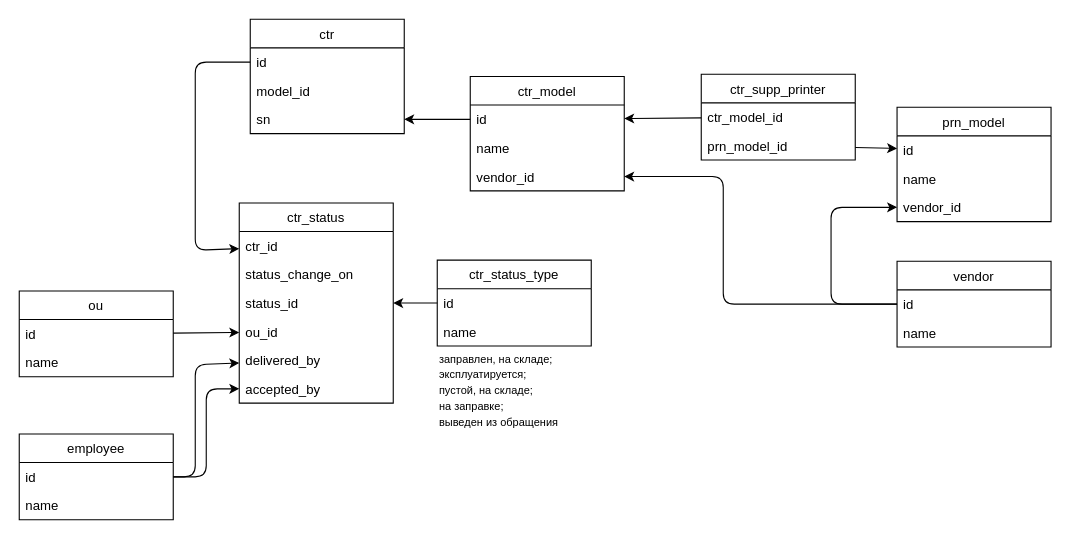
Earlier version of the draw.io diagram cartridge_accounting.drawio (IgorTkachuk/caartridge_accounting). Source tidied: cells renumbered, new cells numbered last; positions are measured from the earlier drawing's top-left corner, leaving out a move shared by most shapes. Both pictures are drawn from the tidied source at 110%, with x=0, y=0 at pixel (19, 19).
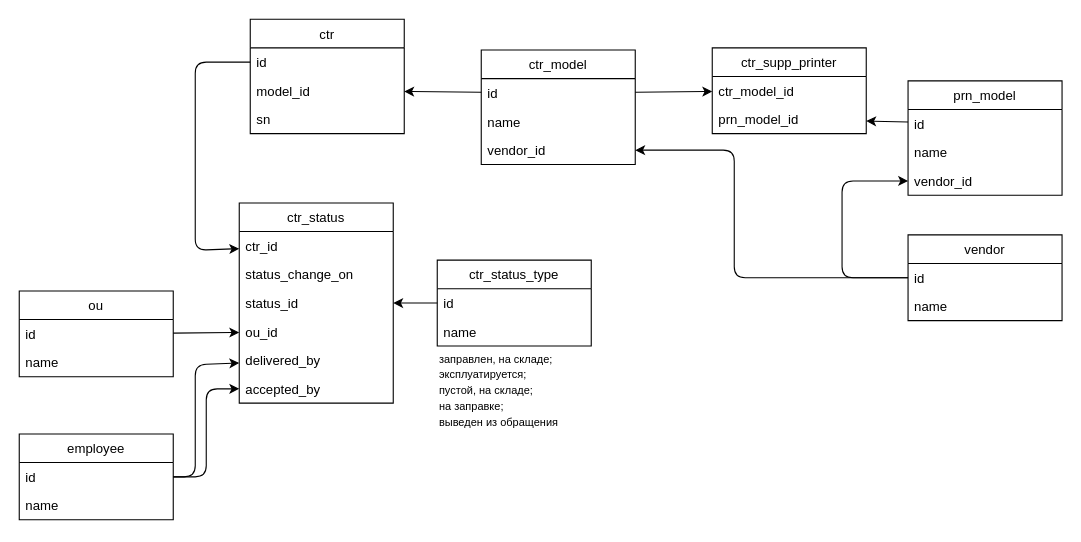
After the change.

Unchanged cells that the change refers to:
```xml
<mxCell id="4" value="model_id&#10;&#10;" style="text;strokeColor=none;fillColor=none;align=left;verticalAlign=top;spacingLeft=4;spacingRight=4;overflow=hidden;points=[[0,0.5],[1,0.5]];portConstraint=eastwest;" parent="2" vertex="1">
  <mxGeometry y="52" width="140" height="26" as="geometry" />
</mxCell>
<mxCell id="5" value="sn" style="text;strokeColor=none;fillColor=none;align=left;verticalAlign=top;spacingLeft=4;spacingRight=4;overflow=hidden;points=[[0,0.5],[1,0.5]];portConstraint=eastwest;" parent="2" vertex="1">
  <mxGeometry y="78" width="140" height="26" as="geometry" />
</mxCell>
<mxCell id="7" value="id" style="text;strokeColor=none;fillColor=none;align=left;verticalAlign=top;spacingLeft=4;spacingRight=4;overflow=hidden;points=[[0,0.5],[1,0.5]];portConstraint=eastwest;" parent="6" vertex="1">
  <mxGeometry y="26" width="140" height="26" as="geometry" />
</mxCell>
<mxCell id="9" value="vendor_id" style="text;strokeColor=none;fillColor=none;align=left;verticalAlign=top;spacingLeft=4;spacingRight=4;overflow=hidden;points=[[0,0.5],[1,0.5]];portConstraint=eastwest;" parent="6" vertex="1">
  <mxGeometry y="78" width="140" height="26" as="geometry" />
</mxCell>
<mxCell id="11" value="id" style="text;strokeColor=none;fillColor=none;align=left;verticalAlign=top;spacingLeft=4;spacingRight=4;overflow=hidden;points=[[0,0.5],[1,0.5]];portConstraint=eastwest;" parent="10" vertex="1">
  <mxGeometry y="26" width="140" height="26" as="geometry" />
</mxCell>
<mxCell id="13" value="vendor_id" style="text;strokeColor=none;fillColor=none;align=left;verticalAlign=top;spacingLeft=4;spacingRight=4;overflow=hidden;points=[[0,0.5],[1,0.5]];portConstraint=eastwest;" parent="10" vertex="1">
  <mxGeometry y="78" width="140" height="26" as="geometry" />
</mxCell>
<mxCell id="15" value="ctr_model_id" style="text;strokeColor=none;fillColor=none;align=left;verticalAlign=top;spacingLeft=4;spacingRight=4;overflow=hidden;points=[[0,0.5],[1,0.5]];portConstraint=eastwest;" parent="14" vertex="1">
  <mxGeometry y="26" width="140" height="26" as="geometry" />
</mxCell>
<mxCell id="16" value="prn_model_id" style="text;strokeColor=none;fillColor=none;align=left;verticalAlign=top;spacingLeft=4;spacingRight=4;overflow=hidden;points=[[0,0.5],[1,0.5]];portConstraint=eastwest;" parent="14" vertex="1">
  <mxGeometry y="52" width="140" height="26" as="geometry" />
</mxCell>
<mxCell id="20" value="id" style="text;strokeColor=none;fillColor=none;align=left;verticalAlign=top;spacingLeft=4;spacingRight=4;overflow=hidden;points=[[0,0.5],[1,0.5]];portConstraint=eastwest;" parent="19" vertex="1">
  <mxGeometry y="26" width="140" height="26" as="geometry" />
</mxCell>
```

What changed in the source:
```diff
@@
     <mxCell id="6" value="prn_model" style="swimlane;fontStyle=0;horizontal=1;startSize=26;" parent="1" vertex="1">
-      <mxGeometry x="798" y="80" width="140" height="104" as="geometry" />
+      <mxGeometry x="808" y="56" width="140" height="104" as="geometry" />
     </mxCell>
@@
     <mxCell id="10" value="ctr_model" style="swimlane;fontStyle=0;horizontal=1;startSize=26;" parent="1" vertex="1">
-      <mxGeometry x="410" y="52" width="140" height="104" as="geometry" />
+      <mxGeometry x="420" y="28" width="140" height="104" as="geometry" />
     </mxCell>
@@
     <mxCell id="14" value="ctr_supp_printer" style="swimlane;fontStyle=0;horizontal=1;startSize=26;" parent="1" vertex="1">
-      <mxGeometry x="620" y="50" width="140" height="78" as="geometry" />
+      <mxGeometry x="630" y="26" width="140" height="78" as="geometry" />
     </mxCell>
@@
-    <mxCell id="17" style="endArrow=classic;html=1;" parent="1" edge="1" source="15" target="11">
-      <mxGeometry relative="1" as="geometry" />
-    </mxCell>
-    <mxCell id="18" style="endArrow=classic;html=1;" parent="1" edge="1" source="16" target="7">
-      <mxGeometry relative="1" as="geometry" />
-    </mxCell>
     <mxCell id="19" value="vendor" style="swimlane;fontStyle=0;horizontal=1;startSize=26;" parent="1" vertex="1">
-      <mxGeometry x="798" y="220" width="140" height="78" as="geometry" />
+      <mxGeometry x="808" y="196" width="140" height="78" as="geometry" />
     </mxCell>
@@
     <mxCell id="22" style="endArrow=classic;html=1;exitX=0;exitY=0.5;exitDx=0;exitDy=0;" parent="1" edge="1" source="20" target="9">
       <mxGeometry relative="1" as="geometry">
         <Array as="points">
-          <mxPoint x="738" y="259" />
-          <mxPoint x="738" y="171" />
+          <mxPoint x="748" y="235" />
+          <mxPoint x="748" y="147" />
         </Array>
       </mxGeometry>
     </mxCell>
     <mxCell id="23" style="endArrow=classic;html=1;" parent="1" edge="1" source="20" target="13">
       <mxGeometry relative="1" as="geometry">
         <Array as="points">
-          <mxPoint x="640" y="259" />
-          <mxPoint x="640" y="143" />
+          <mxPoint x="650" y="235" />
+          <mxPoint x="650" y="119" />
         </Array>
       </mxGeometry>
     </mxCell>
-    <mxCell id="24" style="endArrow=classic;html=1;" parent="1" edge="1" source="11" target="5">
+    <mxCell id="24" style="endArrow=classic;html=1;" parent="1" edge="1" source="11" target="4">
       <mxGeometry relative="1" as="geometry" />
     </mxCell>
@@
+    <mxCell id="47" style="endArrow=classic;html=1;" parent="1" edge="1" source="11" target="15">
+      <mxGeometry relative="1" as="geometry" />
+    </mxCell>
+    <mxCell id="48" style="endArrow=classic;html=1;" parent="1" edge="1" source="7" target="16">
+      <mxGeometry relative="1" as="geometry" />
+    </mxCell>
```
